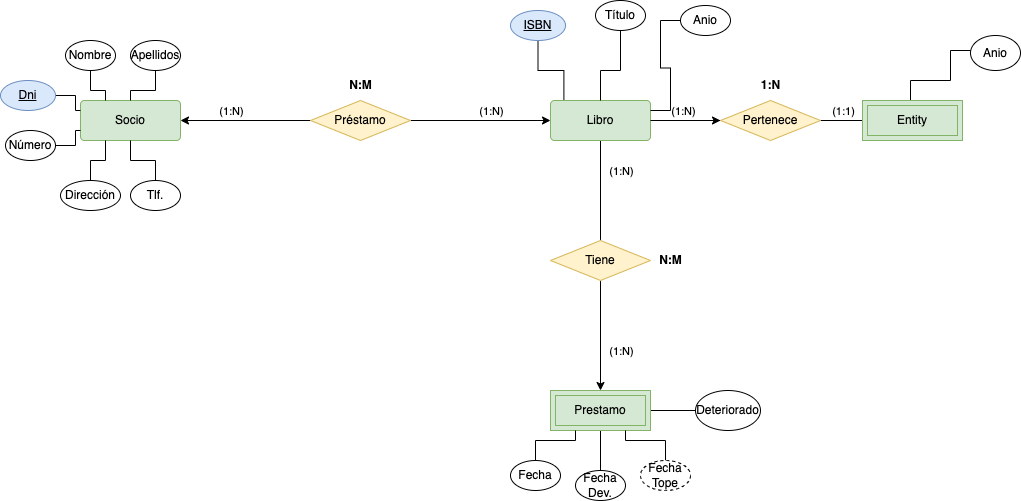
Earlier version of the draw.io export ER/repaso/repaso1/img/biclioteca-extendida-2.drawio.png (MoisesALH/base-datos). Source tidied: cells renumbered, new cells last; positions are measured from the earlier drawing's top-left corner, leaving out a move shared by most shapes. Source of this version:
```xml
<mxGraphModel>
  <root>
    <mxCell id="0" />
    <mxCell id="1" parent="0" />
    <mxCell id="2" style="edgeStyle=orthogonalEdgeStyle;rounded=0;jettySize=auto;html=1;entryX=0;entryY=0.5;entryDx=0;entryDy=0;startArrow=none;startFill=0;endArrow=none;endFill=0;" parent="1" edge="1" source="4" target="39">
      <mxGeometry relative="1" as="geometry" />
    </mxCell>
    <mxCell id="3" style="edgeStyle=orthogonalEdgeStyle;rounded=0;jettySize=auto;html=1;endArrow=none;endFill=0;" parent="1" edge="1" source="4" target="42">
      <mxGeometry relative="1" as="geometry" />
    </mxCell>
    <mxCell id="4" value="Prestamo" style="shape=ext;margin=3;double=1;whiteSpace=wrap;html=1;align=center;fillColor=#d5e8d4;strokeColor=#82b366;" parent="1" vertex="1">
      <mxGeometry x="550" y="390" width="100" height="40" as="geometry" />
    </mxCell>
    <mxCell id="5" style="edgeStyle=orthogonalEdgeStyle;rounded=0;jettySize=auto;html=1;entryX=0;entryY=0.5;entryDx=0;entryDy=0;endArrow=none;endFill=0;startArrow=classic;startFill=1;" parent="1" edge="1" source="7" target="18">
      <mxGeometry relative="1" as="geometry" />
    </mxCell>
    <mxCell id="6" value="(1:N)" style="edgeLabel;html=1;align=center;verticalAlign=middle;" parent="5" vertex="1">
      <mxGeometry x="0.2" y="3" relative="1" as="geometry">
        <mxPoint x="-28" y="-7" as="offset" />
      </mxGeometry>
    </mxCell>
    <mxCell id="7" value="Socio" style="rounded=1;arcSize=10;whiteSpace=wrap;html=1;align=center;fillColor=#d5e8d4;strokeColor=#82b366;" parent="1" vertex="1">
      <mxGeometry x="80" y="100" width="100" height="40" as="geometry" />
    </mxCell>
    <mxCell id="8" style="edgeStyle=orthogonalEdgeStyle;rounded=0;jettySize=auto;html=1;entryX=0.5;entryY=0;entryDx=0;entryDy=0;endArrow=none;endFill=0;" parent="1" edge="1" source="12" target="15">
      <mxGeometry relative="1" as="geometry" />
    </mxCell>
    <mxCell id="9" value="(1:N)" style="edgeLabel;html=1;align=center;verticalAlign=middle;" parent="8" vertex="1">
      <mxGeometry x="0.02" y="1" relative="1" as="geometry">
        <mxPoint x="19" y="-21" as="offset" />
      </mxGeometry>
    </mxCell>
    <mxCell id="10" style="edgeStyle=orthogonalEdgeStyle;rounded=0;jettySize=auto;html=1;entryX=0;entryY=0.5;entryDx=0;entryDy=0;endArrow=none;endFill=0;" parent="1" edge="1" source="12" target="50">
      <mxGeometry relative="1" as="geometry" />
    </mxCell>
    <mxCell id="11" value="(1:N)" style="edgeLabel;html=1;align=center;verticalAlign=middle;" parent="10" vertex="1">
      <mxGeometry x="-0.08" y="-1" relative="1" as="geometry">
        <mxPoint y="-11" as="offset" />
      </mxGeometry>
    </mxCell>
    <mxCell id="12" value="Libro" style="rounded=1;arcSize=10;whiteSpace=wrap;html=1;align=center;fillColor=#d5e8d4;strokeColor=#82b366;" parent="1" vertex="1">
      <mxGeometry x="550" y="100" width="100" height="40" as="geometry" />
    </mxCell>
    <mxCell id="13" style="edgeStyle=orthogonalEdgeStyle;rounded=0;jettySize=auto;html=1;endArrow=classic;endFill=1;" parent="1" edge="1" source="15" target="4">
      <mxGeometry relative="1" as="geometry" />
    </mxCell>
    <mxCell id="14" value="(1:N)" style="edgeLabel;html=1;align=center;verticalAlign=middle;" parent="13" vertex="1">
      <mxGeometry y="1" relative="1" as="geometry">
        <mxPoint x="19" y="15" as="offset" />
      </mxGeometry>
    </mxCell>
    <mxCell id="15" value="Tiene" style="shape=rhombus;perimeter=rhombusPerimeter;whiteSpace=wrap;html=1;align=center;fillColor=#fff2cc;strokeColor=#d6b656;" parent="1" vertex="1">
      <mxGeometry x="550" y="240" width="100" height="40" as="geometry" />
    </mxCell>
    <mxCell id="16" style="edgeStyle=orthogonalEdgeStyle;rounded=0;jettySize=auto;html=1;entryX=0;entryY=0.5;entryDx=0;entryDy=0;endArrow=classic;endFill=1;" parent="1" edge="1" source="18" target="12">
      <mxGeometry relative="1" as="geometry" />
    </mxCell>
    <mxCell id="17" value="(1:N)" style="edgeLabel;html=1;align=center;verticalAlign=middle;" parent="16" vertex="1">
      <mxGeometry x="0.04" y="3" relative="1" as="geometry">
        <mxPoint x="7" y="-7" as="offset" />
      </mxGeometry>
    </mxCell>
    <mxCell id="18" value="Préstamo" style="shape=rhombus;perimeter=rhombusPerimeter;whiteSpace=wrap;html=1;align=center;fillColor=#fff2cc;strokeColor=#d6b656;" parent="1" vertex="1">
      <mxGeometry x="310" y="100" width="100" height="40" as="geometry" />
    </mxCell>
    <mxCell id="19" value="&lt;b&gt;N:M&lt;/b&gt;" style="text;html=1;align=center;verticalAlign=middle;strokeColor=none;fillColor=none;" parent="1" vertex="1">
      <mxGeometry x="335" y="70" width="50" height="30" as="geometry" />
    </mxCell>
    <mxCell id="20" value="&lt;b&gt;N:M&lt;/b&gt;" style="text;html=1;align=center;verticalAlign=middle;strokeColor=none;fillColor=none;" parent="1" vertex="1">
      <mxGeometry x="645" y="245" width="50" height="30" as="geometry" />
    </mxCell>
    <mxCell id="21" style="edgeStyle=orthogonalEdgeStyle;rounded=0;jettySize=auto;html=1;entryX=0;entryY=0.25;entryDx=0;entryDy=0;startArrow=none;startFill=0;endArrow=none;endFill=0;" parent="1" edge="1" source="22" target="7">
      <mxGeometry relative="1" as="geometry" />
    </mxCell>
    <mxCell id="22" value="Dni" style="ellipse;whiteSpace=wrap;html=1;align=center;fontStyle=4;fillColor=#dae8fc;strokeColor=#6c8ebf;" parent="1" vertex="1">
      <mxGeometry y="80" width="55" height="30" as="geometry" />
    </mxCell>
    <mxCell id="23" style="edgeStyle=orthogonalEdgeStyle;rounded=0;jettySize=auto;html=1;entryX=0;entryY=0.75;entryDx=0;entryDy=0;startArrow=none;startFill=0;endArrow=none;endFill=0;" parent="1" edge="1" source="24" target="7">
      <mxGeometry relative="1" as="geometry" />
    </mxCell>
    <mxCell id="24" value="Número" style="ellipse;whiteSpace=wrap;html=1;align=center;" parent="1" vertex="1">
      <mxGeometry x="5" y="130" width="50" height="30" as="geometry" />
    </mxCell>
    <mxCell id="25" style="edgeStyle=orthogonalEdgeStyle;rounded=0;jettySize=auto;html=1;entryX=0.25;entryY=0;entryDx=0;entryDy=0;startArrow=none;startFill=0;endArrow=none;endFill=0;" parent="1" edge="1" source="26" target="7">
      <mxGeometry relative="1" as="geometry" />
    </mxCell>
    <mxCell id="26" value="Nombre" style="ellipse;whiteSpace=wrap;html=1;align=center;" parent="1" vertex="1">
      <mxGeometry x="65" y="40" width="50" height="30" as="geometry" />
    </mxCell>
    <mxCell id="27" style="edgeStyle=orthogonalEdgeStyle;rounded=0;jettySize=auto;html=1;entryX=0.5;entryY=0;entryDx=0;entryDy=0;startArrow=none;startFill=0;endArrow=none;endFill=0;" parent="1" edge="1" source="28" target="7">
      <mxGeometry relative="1" as="geometry" />
    </mxCell>
    <mxCell id="28" value="Apellidos" style="ellipse;whiteSpace=wrap;html=1;align=center;" parent="1" vertex="1">
      <mxGeometry x="130" y="40" width="50" height="30" as="geometry" />
    </mxCell>
    <mxCell id="29" style="edgeStyle=orthogonalEdgeStyle;rounded=0;jettySize=auto;html=1;entryX=0.25;entryY=1;entryDx=0;entryDy=0;startArrow=none;startFill=0;endArrow=none;endFill=0;" parent="1" edge="1" source="30" target="7">
      <mxGeometry relative="1" as="geometry" />
    </mxCell>
    <mxCell id="30" value="Dirección" style="ellipse;whiteSpace=wrap;html=1;align=center;" parent="1" vertex="1">
      <mxGeometry x="60" y="180" width="60" height="30" as="geometry" />
    </mxCell>
    <mxCell id="31" style="edgeStyle=orthogonalEdgeStyle;rounded=0;jettySize=auto;html=1;entryX=0.5;entryY=1;entryDx=0;entryDy=0;startArrow=none;startFill=0;endArrow=none;endFill=0;" parent="1" edge="1" source="32" target="7">
      <mxGeometry relative="1" as="geometry" />
    </mxCell>
    <mxCell id="32" value="Tlf." style="ellipse;whiteSpace=wrap;html=1;align=center;" parent="1" vertex="1">
      <mxGeometry x="130" y="180" width="50" height="30" as="geometry" />
    </mxCell>
    <mxCell id="33" style="edgeStyle=orthogonalEdgeStyle;rounded=0;jettySize=auto;html=1;entryX=0.134;entryY=-0.02;entryDx=0;entryDy=0;entryPerimeter=0;startArrow=none;startFill=0;endArrow=none;endFill=0;" parent="1" edge="1" source="34" target="12">
      <mxGeometry relative="1" as="geometry" />
    </mxCell>
    <mxCell id="34" value="ISBN" style="ellipse;whiteSpace=wrap;html=1;align=center;fontStyle=4;fillColor=#dae8fc;strokeColor=#6c8ebf;" parent="1" vertex="1">
      <mxGeometry x="510" y="10" width="55" height="30" as="geometry" />
    </mxCell>
    <mxCell id="35" style="edgeStyle=orthogonalEdgeStyle;rounded=0;jettySize=auto;html=1;entryX=0.5;entryY=0;entryDx=0;entryDy=0;startArrow=none;startFill=0;endArrow=none;endFill=0;" parent="1" edge="1" source="36" target="12">
      <mxGeometry relative="1" as="geometry">
        <Array as="points">
          <mxPoint x="620" y="70" />
          <mxPoint x="600" y="70" />
        </Array>
      </mxGeometry>
    </mxCell>
    <mxCell id="36" value="Título" style="ellipse;whiteSpace=wrap;html=1;align=center;" parent="1" vertex="1">
      <mxGeometry x="595" width="50" height="30" as="geometry" />
    </mxCell>
    <mxCell id="37" style="edgeStyle=orthogonalEdgeStyle;rounded=0;jettySize=auto;html=1;entryX=1;entryY=0.25;entryDx=0;entryDy=0;startArrow=none;startFill=0;endArrow=none;endFill=0;" parent="1" edge="1" source="38" target="12">
      <mxGeometry relative="1" as="geometry" />
    </mxCell>
    <mxCell id="38" value="Anio" style="ellipse;whiteSpace=wrap;html=1;align=center;" parent="1" vertex="1">
      <mxGeometry x="680" y="5" width="50" height="30" as="geometry" />
    </mxCell>
    <mxCell id="39" value="Deteriorado" style="ellipse;whiteSpace=wrap;html=1;align=center;" parent="1" vertex="1">
      <mxGeometry x="695" y="390" width="65" height="40" as="geometry" />
    </mxCell>
    <mxCell id="40" style="edgeStyle=orthogonalEdgeStyle;rounded=0;jettySize=auto;html=1;entryX=0.25;entryY=1;entryDx=0;entryDy=0;endArrow=none;endFill=0;" parent="1" edge="1" source="41" target="4">
      <mxGeometry relative="1" as="geometry" />
    </mxCell>
    <mxCell id="41" value="Fecha" style="ellipse;whiteSpace=wrap;html=1;align=center;" parent="1" vertex="1">
      <mxGeometry x="510" y="460" width="50" height="30" as="geometry" />
    </mxCell>
    <mxCell id="42" value="Fecha Dev." style="ellipse;whiteSpace=wrap;html=1;align=center;" parent="1" vertex="1">
      <mxGeometry x="575" y="470" width="50" height="30" as="geometry" />
    </mxCell>
    <mxCell id="43" style="edgeStyle=orthogonalEdgeStyle;rounded=0;jettySize=auto;html=1;entryX=0.75;entryY=1;entryDx=0;entryDy=0;endArrow=none;endFill=0;" parent="1" edge="1" source="44" target="4">
      <mxGeometry relative="1" as="geometry" />
    </mxCell>
    <mxCell id="44" value="Fecha Tope" style="ellipse;whiteSpace=wrap;html=1;align=center;dashed=1;" parent="1" vertex="1">
      <mxGeometry x="640" y="460" width="50" height="30" as="geometry" />
    </mxCell>
    <mxCell id="45" style="edgeStyle=orthogonalEdgeStyle;rounded=0;jettySize=auto;html=1;endArrow=none;endFill=0;entryX=0.5;entryY=0;entryDx=0;entryDy=0;" parent="1" edge="1" source="46" target="51">
      <mxGeometry relative="1" as="geometry">
        <Array as="points">
          <mxPoint x="950" y="50" />
          <mxPoint x="950" y="80" />
          <mxPoint x="910" y="80" />
        </Array>
      </mxGeometry>
    </mxCell>
    <mxCell id="46" value="Anio" style="ellipse;whiteSpace=wrap;html=1;align=center;" parent="1" vertex="1">
      <mxGeometry x="970" y="35" width="50" height="35" as="geometry" />
    </mxCell>
    <mxCell id="47" style="edgeStyle=orthogonalEdgeStyle;rounded=0;jettySize=auto;html=1;entryX=0;entryY=0.5;entryDx=0;entryDy=0;endArrow=none;endFill=0;" parent="1" edge="1" source="50" target="51">
      <mxGeometry relative="1" as="geometry" />
    </mxCell>
    <mxCell id="48" value="(1:1)" style="edgeLabel;html=1;align=center;verticalAlign=middle;" parent="47" vertex="1">
      <mxGeometry x="0.06" y="-4" relative="1" as="geometry">
        <mxPoint y="-14" as="offset" />
      </mxGeometry>
    </mxCell>
    <mxCell id="49" style="edgeStyle=orthogonalEdgeStyle;rounded=0;jettySize=auto;html=1;endArrow=none;endFill=0;startArrow=classic;startFill=1;" parent="1" edge="1" source="50" target="12">
      <mxGeometry relative="1" as="geometry" />
    </mxCell>
    <mxCell id="50" value="Pertenece" style="shape=rhombus;perimeter=rhombusPerimeter;whiteSpace=wrap;html=1;align=center;fillColor=#fff2cc;strokeColor=#d6b656;" parent="1" vertex="1">
      <mxGeometry x="720" y="100" width="100" height="40" as="geometry" />
    </mxCell>
    <mxCell id="51" value="Entity" style="shape=ext;margin=3;double=1;whiteSpace=wrap;html=1;align=center;fillColor=#d5e8d4;strokeColor=#82b366;" parent="1" vertex="1">
      <mxGeometry x="862" y="100" width="100" height="40" as="geometry" />
    </mxCell>
    <mxCell id="52" value="&lt;b&gt;1:N&lt;/b&gt;" style="text;html=1;align=center;verticalAlign=middle;strokeColor=none;fillColor=none;" parent="1" vertex="1">
      <mxGeometry x="750" y="70" width="40" height="30" as="geometry" />
    </mxCell>
  </root>
</mxGraphModel>
```
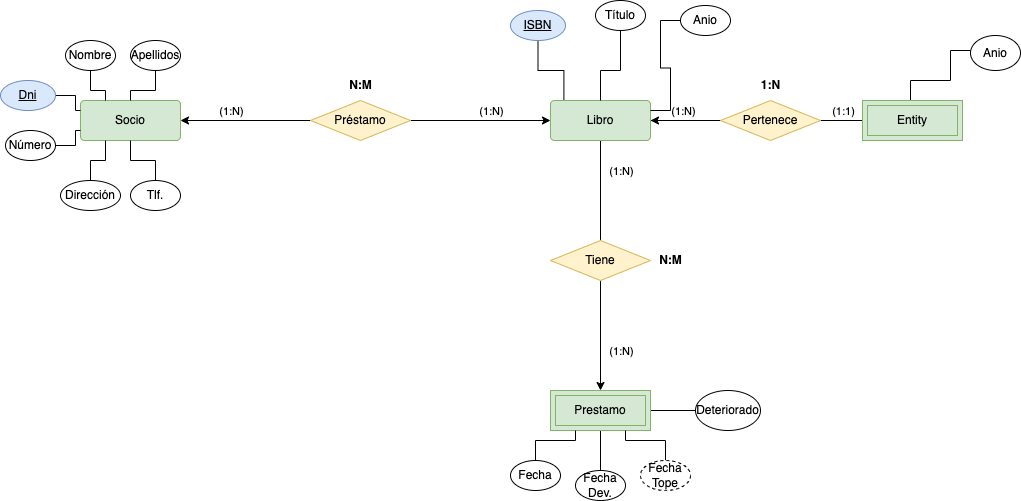
After the commit.

Diff of the diagram source:
```diff
@@ -166,7 +166,7 @@
         <mxPoint y="-14" as="offset" />
       </mxGeometry>
     </mxCell>
-    <mxCell id="49" style="edgeStyle=orthogonalEdgeStyle;rounded=0;jettySize=auto;html=1;endArrow=none;endFill=0;startArrow=classic;startFill=1;" parent="1" edge="1" source="50" target="12">
+    <mxCell id="49" style="edgeStyle=orthogonalEdgeStyle;rounded=0;jettySize=auto;html=1;endArrow=classic;endFill=1;startArrow=none;startFill=0;" parent="1" edge="1" source="50" target="12">
       <mxGeometry relative="1" as="geometry" />
     </mxCell>
     <mxCell id="50" value="Pertenece" style="shape=rhombus;perimeter=rhombusPerimeter;whiteSpace=wrap;html=1;align=center;fillColor=#fff2cc;strokeColor=#d6b656;" parent="1" vertex="1">
```
